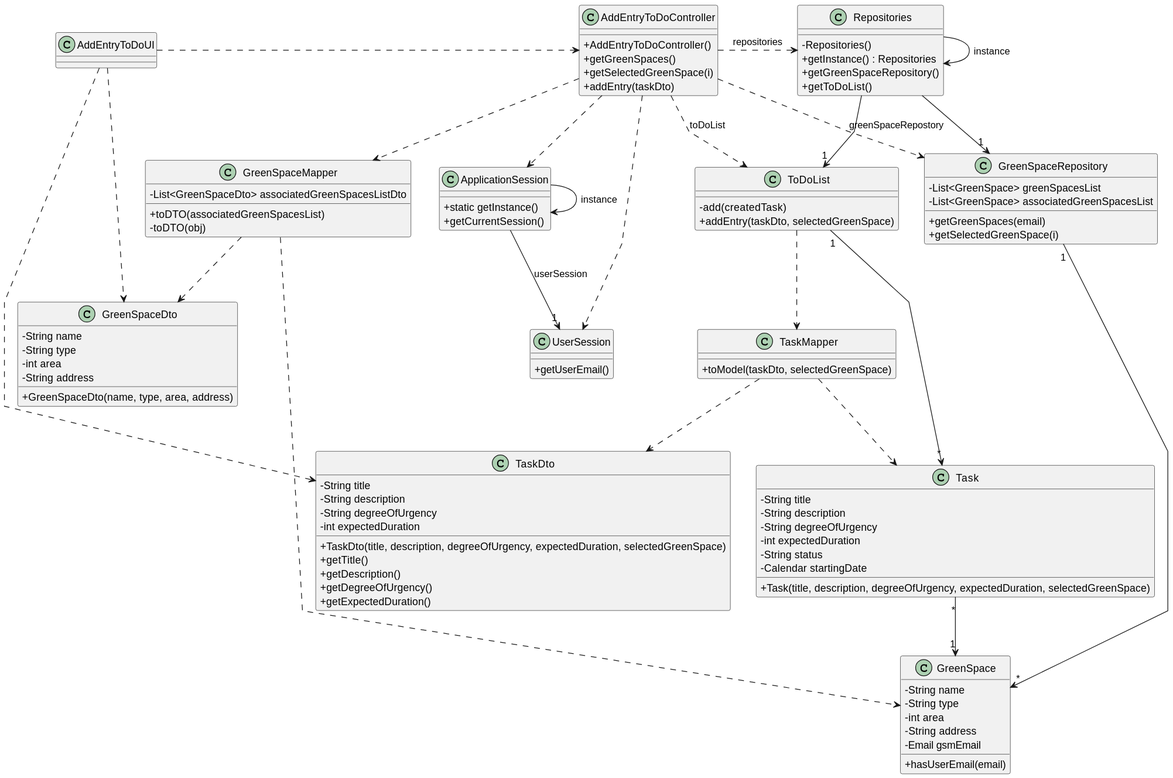
Earlier version of the PlantUML export docs/sprintC/us021/03.design/svg/us021-class-diagram.svg (Departamento-de-Engenharia-Informatica/lei-24-s2-1dm-g132).
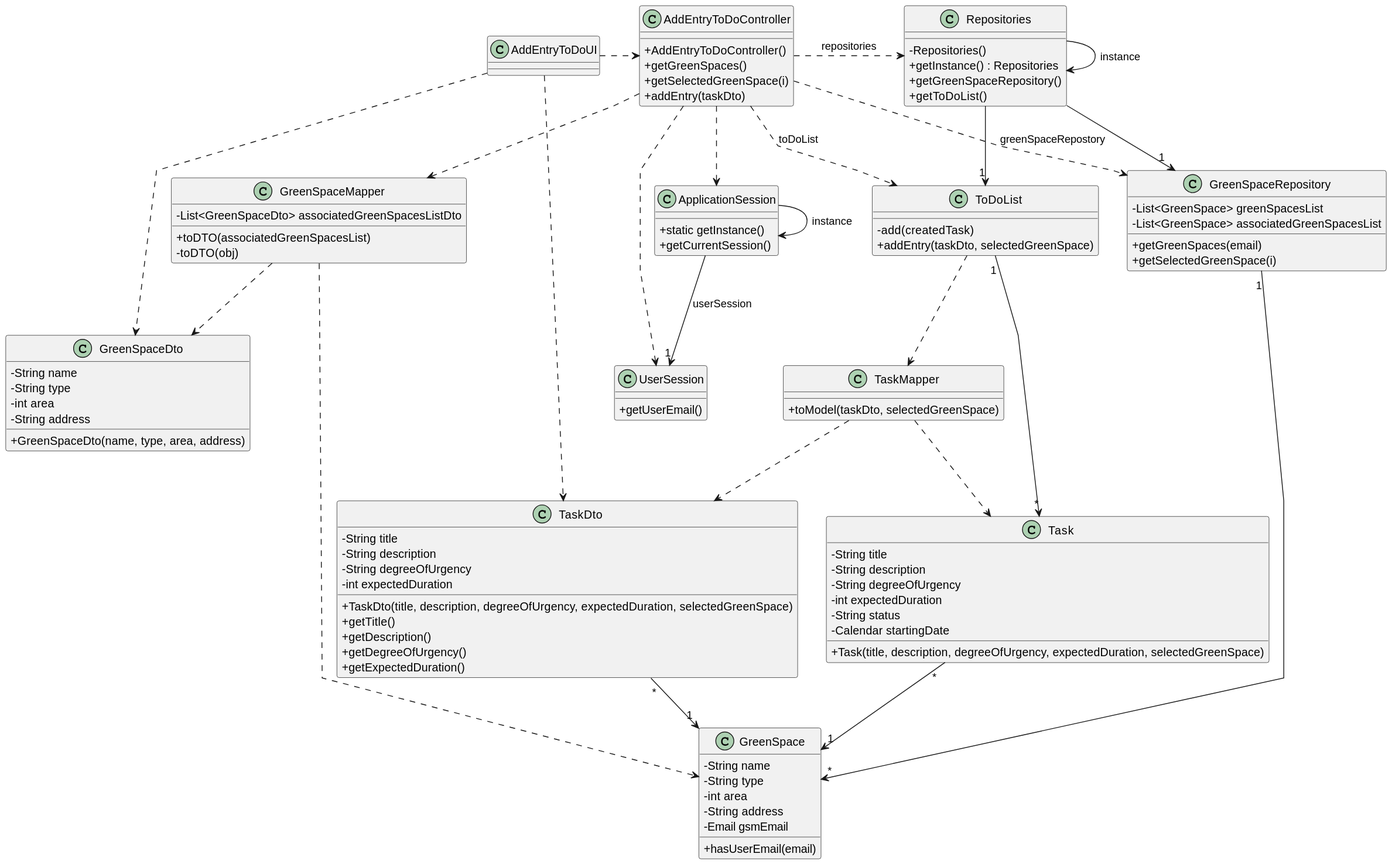
The same diagram one commit later.

Commit message:
US23 class diagram first version

The edit, as a diff of the source:
```diff
@@ -130,12 +130,14 @@
 
 GreenSpaceRepository "1" --> "*" GreenSpace
 ToDoList "1" --> "*" Task
-"Task" "*" --> "1" GreenSpace
+
+Task "*" --> "1" GreenSpace
 
 ToDoList ..> TaskMapper
 
 TaskMapper ..> TaskDto
 TaskMapper ..> Task
+TaskDto "*" --> "1" GreenSpace
 
 GreenSpaceMapper ..> GreenSpaceDto
 GreenSpaceMapper ..> GreenSpace
```
